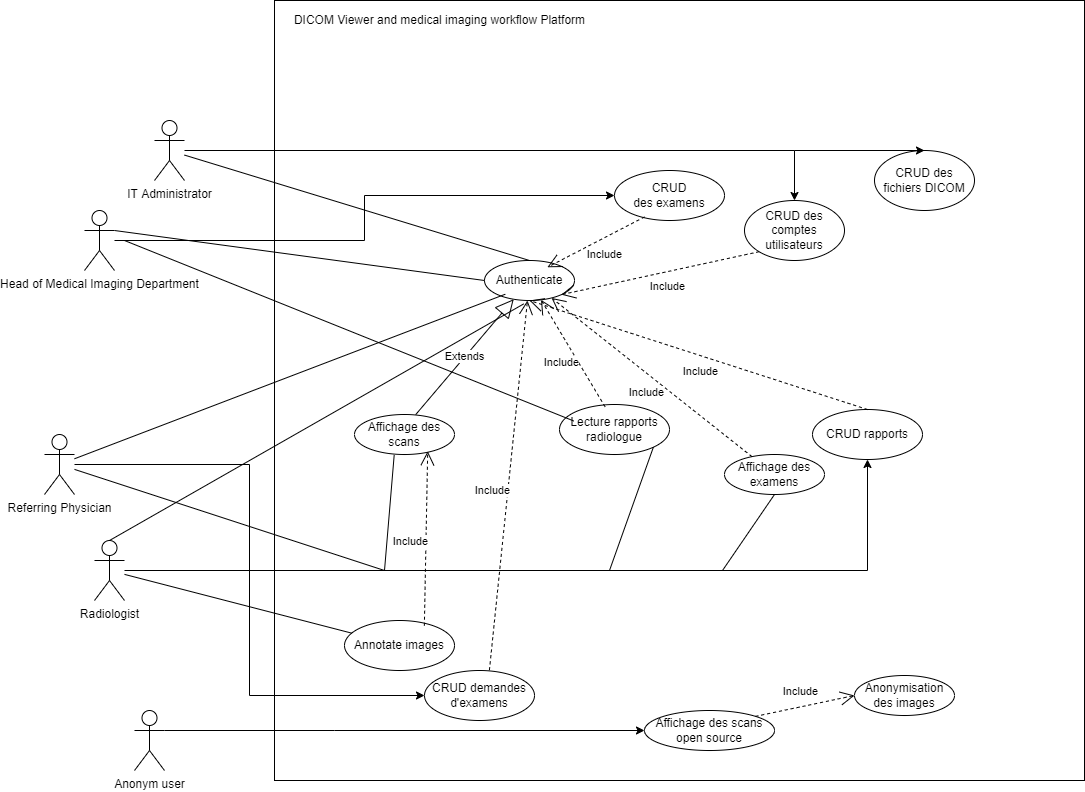
Above: Conception/Use case UML RICOM.png in mehdilagdimi/RICOM- (draw.io), before the change. Source tidied: cells renumbered, new cells last; positions are measured from the earlier drawing's top-left corner, leaving out a move shared by most shapes.
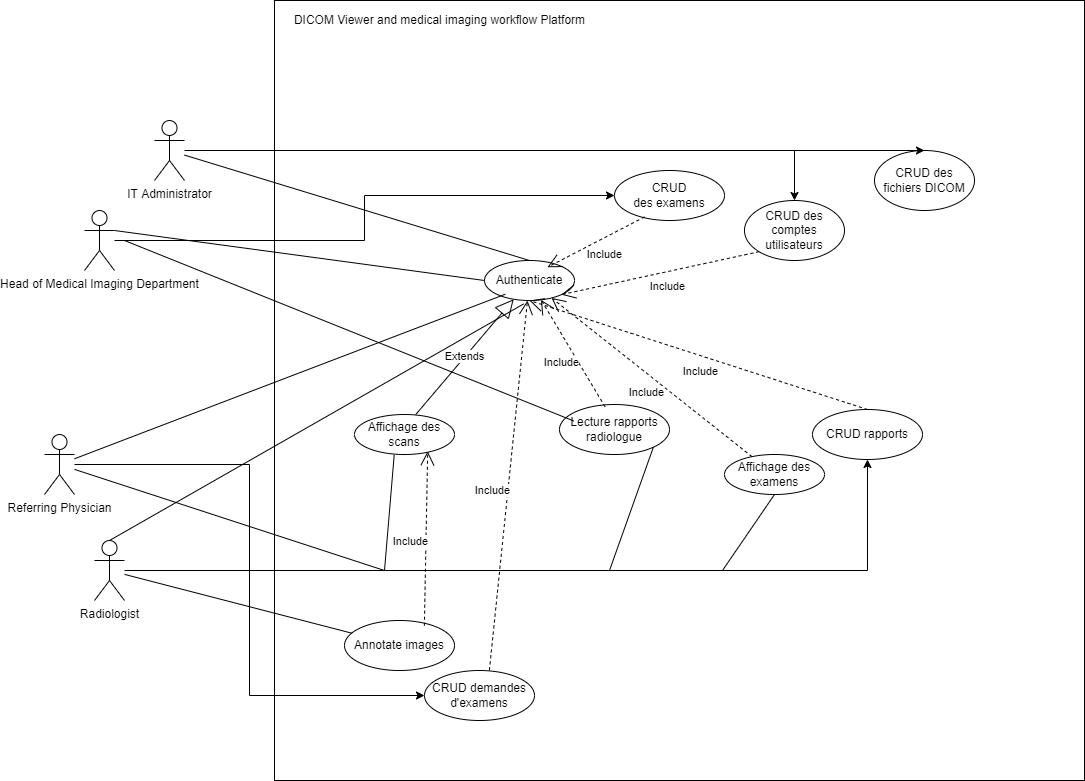
Above is the later version.

Diff of the diagram source:
```diff
@@ -133,25 +133,5 @@
     <mxCell id="40" value="Include" style="endArrow=open;endSize=12;dashed=1;html=1;rounded=0;exitX=0.726;exitY=0.104;exitDx=0;exitDy=0;exitPerimeter=0;entryX=0.732;entryY=0.919;entryDx=0;entryDy=0;entryPerimeter=0;" parent="1" edge="1" source="36" target="23">
       <mxGeometry x="-0.04" y="15" relative="1" as="geometry" />
     </mxCell>
-    <mxCell id="41" style="edgeStyle=orthogonalEdgeStyle;rounded=0;jettySize=auto;html=1;entryX=0;entryY=0.5;entryDx=0;entryDy=0;" parent="1" edge="1" source="42" target="43">
-      <mxGeometry relative="1" as="geometry">
-        <Array as="points">
-          <mxPoint x="290" y="730" />
-          <mxPoint x="290" y="730" />
-        </Array>
-      </mxGeometry>
-    </mxCell>
-    <mxCell id="42" value="Anonym user" style="shape=umlActor;verticalLabelPosition=bottom;verticalAlign=top;html=1;outlineConnect=0;" parent="1" vertex="1">
-      <mxGeometry x="90" y="710" width="30" height="60" as="geometry" />
-    </mxCell>
-    <mxCell id="43" value="Affichage des scans open source" style="ellipse;whiteSpace=wrap;html=1;align=center;" parent="1" vertex="1">
-      <mxGeometry x="600" y="710" width="130" height="40" as="geometry" />
-    </mxCell>
-    <mxCell id="44" value="Anonymisation des images" style="ellipse;whiteSpace=wrap;html=1;align=center;" parent="1" vertex="1">
-      <mxGeometry x="810" y="675" width="100" height="40" as="geometry" />
-    </mxCell>
-    <mxCell id="45" value="Include" style="endArrow=open;endSize=12;dashed=1;html=1;rounded=0;exitX=1;exitY=0;exitDx=0;exitDy=0;entryX=0;entryY=0.5;entryDx=0;entryDy=0;" parent="1" edge="1" source="43" target="44">
-      <mxGeometry x="-0.04" y="15" relative="1" as="geometry" />
-    </mxCell>
   </root>
 </mxGraphModel>
```
